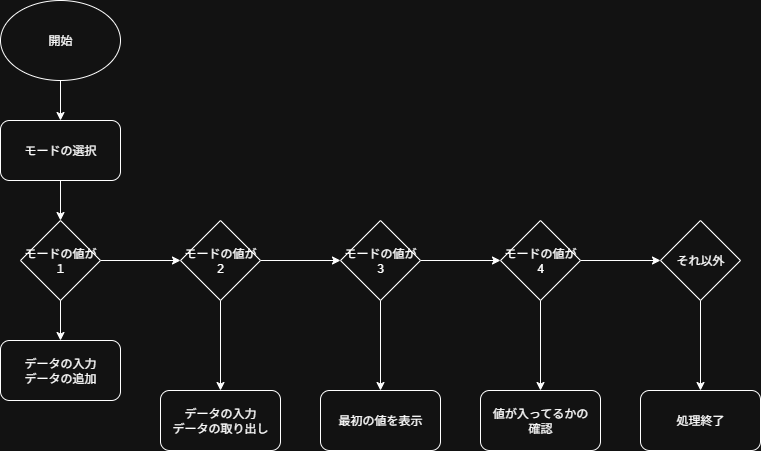
Above: lesson01.png in user-1333/5-7 (draw.io), before the change. Source tidied: cells renumbered, new cells last; positions are measured from the earlier drawing's top-left corner, leaving out a move shared by most shapes. The source it was exported from:
```xml
<mxGraphModel>
  <root>
    <mxCell id="0" />
    <mxCell id="1" parent="0" />
    <mxCell id="2" value="開始" style="ellipse;whiteSpace=wrap;html=1;" parent="1" vertex="1">
      <mxGeometry width="120" height="80" as="geometry" />
    </mxCell>
    <mxCell id="3" style="endArrow=classic;html=1;rounded=0;exitX=0.5;exitY=1;exitDx=0;exitDy=0;" parent="1" edge="1" source="2">
      <mxGeometry relative="1" as="geometry">
        <mxPoint x="60" y="120" as="targetPoint" />
      </mxGeometry>
    </mxCell>
    <mxCell id="4" value="モードの選択" style="rounded=1;whiteSpace=wrap;html=1;" parent="1" vertex="1">
      <mxGeometry y="120" width="120" height="60" as="geometry" />
    </mxCell>
    <mxCell id="5" style="endArrow=classic;html=1;rounded=0;exitX=0.5;exitY=1;exitDx=0;exitDy=0;" parent="1" edge="1">
      <mxGeometry relative="1" as="geometry">
        <mxPoint x="60" y="180" as="sourcePoint" />
        <mxPoint x="60" y="220" as="targetPoint" />
      </mxGeometry>
    </mxCell>
    <mxCell id="6" style="edgeStyle=orthogonalEdgeStyle;rounded=0;jettySize=auto;html=1;" parent="1" edge="1" source="7" target="12">
      <mxGeometry relative="1" as="geometry" />
    </mxCell>
    <mxCell id="7" value="モードの値が１" style="rhombus;whiteSpace=wrap;html=1;" parent="1" vertex="1">
      <mxGeometry x="20" y="220" width="80" height="80" as="geometry" />
    </mxCell>
    <mxCell id="8" style="endArrow=classic;html=1;rounded=0;exitX=0.5;exitY=1;exitDx=0;exitDy=0;" parent="1" edge="1">
      <mxGeometry relative="1" as="geometry">
        <mxPoint x="60" y="300" as="sourcePoint" />
        <mxPoint x="60" y="340" as="targetPoint" />
      </mxGeometry>
    </mxCell>
    <mxCell id="9" value="データの入力&lt;br&gt;データの追加" style="rounded=1;whiteSpace=wrap;html=1;" parent="1" vertex="1">
      <mxGeometry y="340" width="120" height="60" as="geometry" />
    </mxCell>
    <mxCell id="10" style="edgeStyle=orthogonalEdgeStyle;rounded=0;jettySize=auto;html=1;" parent="1" edge="1" source="12" target="13">
      <mxGeometry relative="1" as="geometry" />
    </mxCell>
    <mxCell id="11" style="edgeStyle=orthogonalEdgeStyle;rounded=0;jettySize=auto;html=1;" parent="1" edge="1" source="12" target="16">
      <mxGeometry relative="1" as="geometry" />
    </mxCell>
    <mxCell id="12" value="モードの値が2" style="rhombus;whiteSpace=wrap;html=1;" parent="1" vertex="1">
      <mxGeometry x="180" y="220" width="80" height="80" as="geometry" />
    </mxCell>
    <mxCell id="13" value="データの入力&lt;br&gt;データの取り出し" style="whiteSpace=wrap;html=1;rounded=1;" parent="1" vertex="1">
      <mxGeometry x="160" y="390" width="120" height="60" as="geometry" />
    </mxCell>
    <mxCell id="14" style="edgeStyle=orthogonalEdgeStyle;rounded=0;jettySize=auto;html=1;" parent="1" edge="1" source="16" target="17">
      <mxGeometry relative="1" as="geometry" />
    </mxCell>
    <mxCell id="15" style="edgeStyle=orthogonalEdgeStyle;rounded=0;jettySize=auto;html=1;" parent="1" edge="1" source="16" target="20">
      <mxGeometry relative="1" as="geometry" />
    </mxCell>
    <mxCell id="16" value="モードの値が3" style="rhombus;whiteSpace=wrap;html=1;" parent="1" vertex="1">
      <mxGeometry x="340" y="220" width="80" height="80" as="geometry" />
    </mxCell>
    <mxCell id="17" value="最初の値を表示" style="whiteSpace=wrap;html=1;rounded=1;" parent="1" vertex="1">
      <mxGeometry x="320" y="390" width="120" height="60" as="geometry" />
    </mxCell>
    <mxCell id="18" style="edgeStyle=orthogonalEdgeStyle;rounded=0;jettySize=auto;html=1;" parent="1" edge="1" source="20" target="21">
      <mxGeometry relative="1" as="geometry" />
    </mxCell>
    <mxCell id="19" style="edgeStyle=orthogonalEdgeStyle;rounded=0;jettySize=auto;html=1;" parent="1" edge="1" source="20" target="23">
      <mxGeometry relative="1" as="geometry" />
    </mxCell>
    <mxCell id="20" value="モードの値が4" style="rhombus;whiteSpace=wrap;html=1;" parent="1" vertex="1">
      <mxGeometry x="500" y="220" width="80" height="80" as="geometry" />
    </mxCell>
    <mxCell id="21" value="値が入ってるかの&lt;br&gt;確認" style="whiteSpace=wrap;html=1;rounded=1;" parent="1" vertex="1">
      <mxGeometry x="480" y="390" width="120" height="60" as="geometry" />
    </mxCell>
    <mxCell id="22" style="edgeStyle=orthogonalEdgeStyle;rounded=0;jettySize=auto;html=1;" parent="1" edge="1" source="23" target="24">
      <mxGeometry relative="1" as="geometry" />
    </mxCell>
    <mxCell id="23" value="それ以外" style="rhombus;whiteSpace=wrap;html=1;" parent="1" vertex="1">
      <mxGeometry x="660" y="220" width="80" height="80" as="geometry" />
    </mxCell>
    <mxCell id="24" value="処理終了" style="whiteSpace=wrap;html=1;rounded=1;" parent="1" vertex="1">
      <mxGeometry x="640" y="390" width="120" height="60" as="geometry" />
    </mxCell>
  </root>
</mxGraphModel>
```
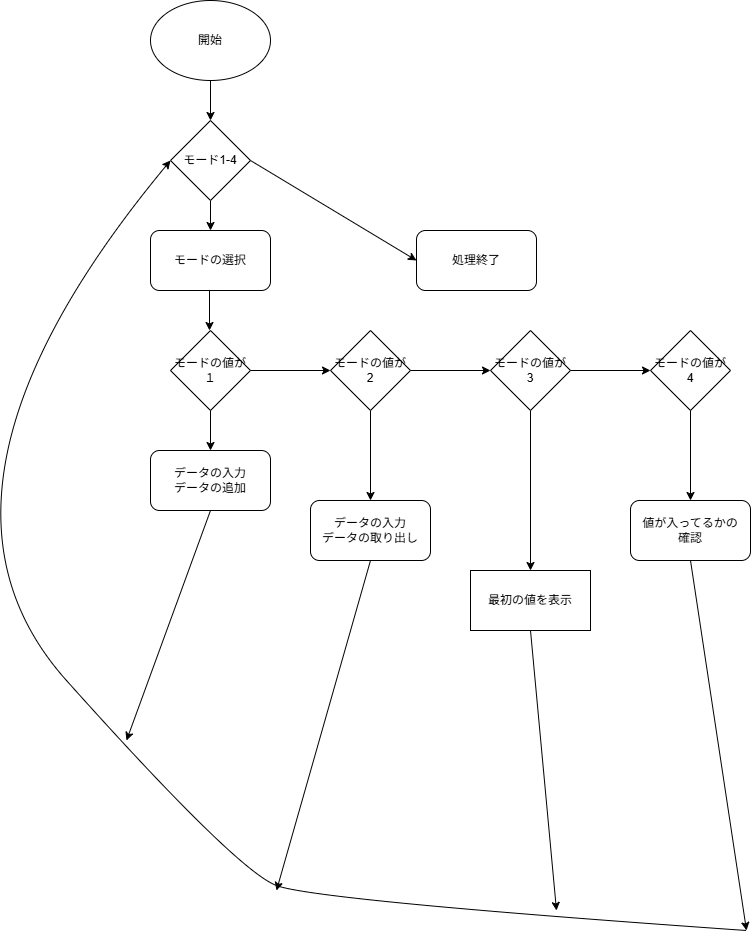
After the commit.

Diff of the diagram source:
```diff
@@ -3,11 +3,11 @@
     <mxCell id="0" />
     <mxCell id="1" parent="0" />
     <mxCell id="2" value="開始" style="ellipse;whiteSpace=wrap;html=1;" parent="1" vertex="1">
-      <mxGeometry width="120" height="80" as="geometry" />
+      <mxGeometry y="-110" width="120" height="80" as="geometry" />
     </mxCell>
     <mxCell id="3" style="endArrow=classic;html=1;rounded=0;exitX=0.5;exitY=1;exitDx=0;exitDy=0;" parent="1" edge="1" source="2">
       <mxGeometry relative="1" as="geometry">
-        <mxPoint x="60" y="120" as="targetPoint" />
+        <mxPoint x="60" y="10" as="targetPoint" />
       </mxGeometry>
     </mxCell>
     <mxCell id="4" value="モードの選択" style="rounded=1;whiteSpace=wrap;html=1;" parent="1" vertex="1">
@@ -15,8 +15,8 @@
     </mxCell>
     <mxCell id="5" style="endArrow=classic;html=1;rounded=0;exitX=0.5;exitY=1;exitDx=0;exitDy=0;" parent="1" edge="1">
       <mxGeometry relative="1" as="geometry">
-        <mxPoint x="60" y="180" as="sourcePoint" />
-        <mxPoint x="60" y="220" as="targetPoint" />
+        <mxPoint x="59" y="180" as="sourcePoint" />
+        <mxPoint x="59" y="220" as="targetPoint" />
       </mxGeometry>
     </mxCell>
     <mxCell id="6" style="edgeStyle=orthogonalEdgeStyle;rounded=0;jettySize=auto;html=1;" parent="1" edge="1" source="7" target="12">
@@ -46,8 +46,10 @@
     <mxCell id="13" value="データの入力&lt;br&gt;データの取り出し" style="whiteSpace=wrap;html=1;rounded=1;" parent="1" vertex="1">
       <mxGeometry x="160" y="390" width="120" height="60" as="geometry" />
     </mxCell>
-    <mxCell id="14" style="edgeStyle=orthogonalEdgeStyle;rounded=0;jettySize=auto;html=1;" parent="1" edge="1" source="16" target="17">
-      <mxGeometry relative="1" as="geometry" />
+    <mxCell id="14" style="edgeStyle=orthogonalEdgeStyle;rounded=0;jettySize=auto;html=1;entryX=0.5;entryY=0;entryDx=0;entryDy=0;" parent="1" edge="1" source="16">
+      <mxGeometry relative="1" as="geometry">
+        <mxPoint x="380" y="460" as="targetPoint" />
+      </mxGeometry>
     </mxCell>
     <mxCell id="15" style="edgeStyle=orthogonalEdgeStyle;rounded=0;jettySize=auto;html=1;" parent="1" edge="1" source="16" target="20">
       <mxGeometry relative="1" as="geometry" />
@@ -55,29 +57,59 @@
     <mxCell id="16" value="モードの値が3" style="rhombus;whiteSpace=wrap;html=1;" parent="1" vertex="1">
       <mxGeometry x="340" y="220" width="80" height="80" as="geometry" />
     </mxCell>
-    <mxCell id="17" value="最初の値を表示" style="whiteSpace=wrap;html=1;rounded=1;" parent="1" vertex="1">
-      <mxGeometry x="320" y="390" width="120" height="60" as="geometry" />
-    </mxCell>
     <mxCell id="18" style="edgeStyle=orthogonalEdgeStyle;rounded=0;jettySize=auto;html=1;" parent="1" edge="1" source="20" target="21">
       <mxGeometry relative="1" as="geometry" />
     </mxCell>
-    <mxCell id="19" style="edgeStyle=orthogonalEdgeStyle;rounded=0;jettySize=auto;html=1;" parent="1" edge="1" source="20" target="23">
-      <mxGeometry relative="1" as="geometry" />
-    </mxCell>
     <mxCell id="20" value="モードの値が4" style="rhombus;whiteSpace=wrap;html=1;" parent="1" vertex="1">
       <mxGeometry x="500" y="220" width="80" height="80" as="geometry" />
     </mxCell>
     <mxCell id="21" value="値が入ってるかの&lt;br&gt;確認" style="whiteSpace=wrap;html=1;rounded=1;" parent="1" vertex="1">
       <mxGeometry x="480" y="390" width="120" height="60" as="geometry" />
     </mxCell>
-    <mxCell id="22" style="edgeStyle=orthogonalEdgeStyle;rounded=0;jettySize=auto;html=1;" parent="1" edge="1" source="23" target="24">
-      <mxGeometry relative="1" as="geometry" />
-    </mxCell>
-    <mxCell id="23" value="それ以外" style="rhombus;whiteSpace=wrap;html=1;" parent="1" vertex="1">
-      <mxGeometry x="660" y="220" width="80" height="80" as="geometry" />
-    </mxCell>
     <mxCell id="24" value="処理終了" style="whiteSpace=wrap;html=1;rounded=1;" parent="1" vertex="1">
-      <mxGeometry x="640" y="390" width="120" height="60" as="geometry" />
+      <mxGeometry x="266" y="120" width="120" height="60" as="geometry" />
     </mxCell>
+    <mxCell id="17" value="最初の値を表示" style="whiteSpace=wrap;html=1;" parent="1" vertex="1">
+      <mxGeometry x="320" y="460" width="120" height="60" as="geometry" />
+    </mxCell>
+    <mxCell id="25" style="edgeStyle=orthogonalEdgeStyle;rounded=0;jettySize=auto;html=1;" parent="1" edge="1" source="26" target="4">
+      <mxGeometry relative="1" as="geometry" />
+    </mxCell>
+    <mxCell id="26" value="モード1-4" style="rhombus;whiteSpace=wrap;html=1;" parent="1" vertex="1">
+      <mxGeometry x="20" y="10" width="80" height="80" as="geometry" />
+    </mxCell>
+    <mxCell id="27" style="curved=1;endArrow=classic;html=1;rounded=0;entryX=0;entryY=0.5;entryDx=0;entryDy=0;" parent="1" edge="1" target="26">
+      <mxGeometry relative="1" as="geometry">
+        <mxPoint x="596" y="820" as="sourcePoint" />
+        <Array as="points">
+          <mxPoint x="166" y="790" />
+          <mxPoint x="86" y="760" />
+          <mxPoint x="-254" y="380" />
+        </Array>
+      </mxGeometry>
+    </mxCell>
+    <mxCell id="28" style="endArrow=classic;html=1;rounded=0;exitX=0.5;exitY=1;exitDx=0;exitDy=0;" parent="1" edge="1" source="9">
+      <mxGeometry relative="1" as="geometry">
+        <mxPoint x="-24" y="630" as="targetPoint" />
+      </mxGeometry>
+    </mxCell>
+    <mxCell id="29" style="endArrow=classic;html=1;rounded=0;exitX=0.5;exitY=1;exitDx=0;exitDy=0;" parent="1" edge="1" source="13">
+      <mxGeometry relative="1" as="geometry">
+        <mxPoint x="126" y="780" as="targetPoint" />
+      </mxGeometry>
+    </mxCell>
+    <mxCell id="30" style="endArrow=classic;html=1;rounded=0;exitX=0.5;exitY=1;exitDx=0;exitDy=0;" parent="1" edge="1" source="17">
+      <mxGeometry relative="1" as="geometry">
+        <mxPoint x="406" y="800" as="targetPoint" />
+      </mxGeometry>
+    </mxCell>
+    <mxCell id="31" style="endArrow=classic;html=1;rounded=0;exitX=0.5;exitY=1;exitDx=0;exitDy=0;" parent="1" edge="1" source="21">
+      <mxGeometry relative="1" as="geometry">
+        <mxPoint x="596" y="820" as="targetPoint" />
+      </mxGeometry>
+    </mxCell>
+    <mxCell id="32" style="endArrow=classic;html=1;rounded=0;exitX=1;exitY=0.5;exitDx=0;exitDy=0;entryX=0;entryY=0.5;entryDx=0;entryDy=0;" parent="1" edge="1" source="26" target="24">
+      <mxGeometry relative="1" as="geometry" />
+    </mxCell>
   </root>
 </mxGraphModel>
```
